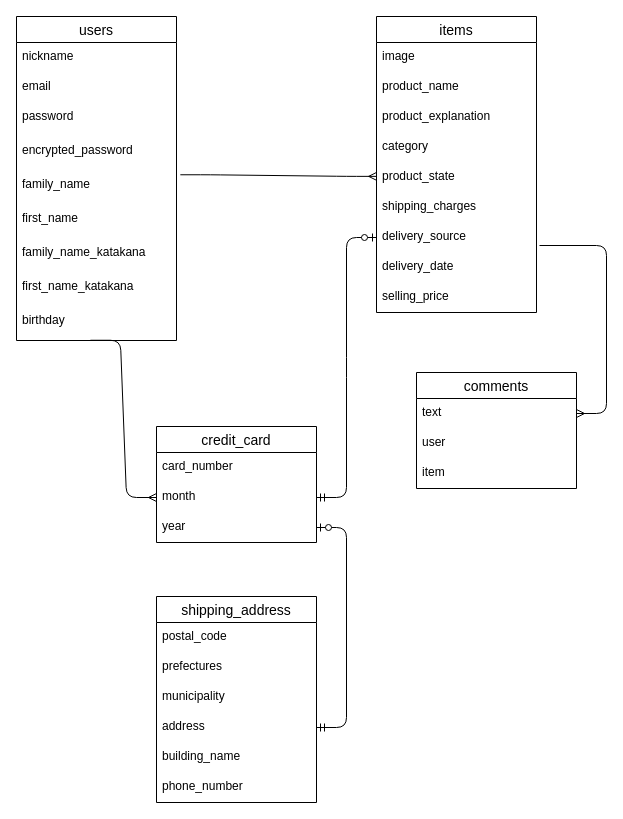
Before: test.dio in kuniterukbo/furima-32573, a draw.io diagram. Source tidied: cells renumbered, new cells numbered last; positions are measured from the earlier drawing's top-left corner, leaving out a move shared by most shapes. Both pictures are drawn from the tidied source at 100%, with x=0, y=0 at pixel (16, 16).
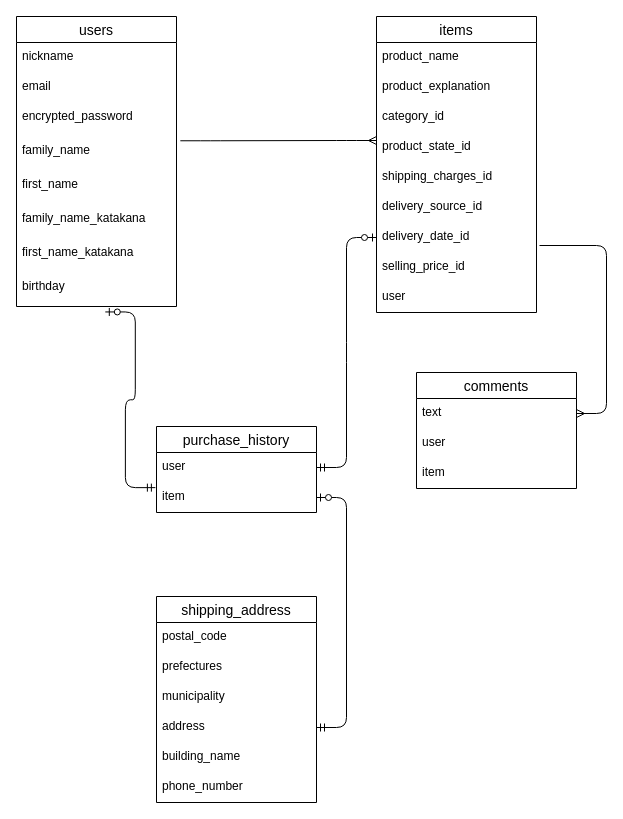
The same diagram, later.

The change refers to these unchanged cells:
```xml
<mxCell id="12" value="items" style="swimlane;fontStyle=0;horizontal=1;startSize=26;align=center;fontSize=14;" parent="1" vertex="1">
  <mxGeometry x="360" width="160" height="296" as="geometry" />
</mxCell>
<mxCell id="30" value="address" style="text;strokeColor=none;fillColor=none;spacingLeft=4;spacingRight=4;overflow=hidden;points=[[0,0.5],[1,0.5]];portConstraint=eastwest;fontSize=12;" parent="26" vertex="1">
  <mxGeometry y="116" width="160" height="30" as="geometry" />
</mxCell>
```

What changed in the source:
```diff
@@
     <mxCell id="2" value="users" style="swimlane;fontStyle=0;horizontal=1;startSize=26;align=center;fontSize=14;" parent="1" vertex="1">
-      <mxGeometry width="160" height="324" as="geometry" />
+      <mxGeometry width="160" height="290" as="geometry" />
     </mxCell>
@@
-    <mxCell id="5" value="password " style="text;strokeColor=none;fillColor=none;spacingLeft=4;spacingRight=4;overflow=hidden;fontSize=12;" parent="2" vertex="1">
-      <mxGeometry y="86" width="160" height="34" as="geometry" />
-    </mxCell>
     <mxCell id="6" value="encrypted_password" style="text;strokeColor=none;fillColor=none;spacingLeft=4;spacingRight=4;overflow=hidden;fontSize=12;" parent="2" vertex="1">
-      <mxGeometry y="120" width="160" height="34" as="geometry" />
+      <mxGeometry y="86" width="160" height="34" as="geometry" />
     </mxCell>
     <mxCell id="7" value="family_name " style="text;strokeColor=none;fillColor=none;spacingLeft=4;spacingRight=4;overflow=hidden;points=[[0,0.5],[1,0.5]];portConstraint=eastwest;fontSize=12;" parent="2" vertex="1">
-      <mxGeometry y="154" width="160" height="34" as="geometry" />
+      <mxGeometry y="120" width="160" height="34" as="geometry" />
     </mxCell>
     <mxCell id="8" value="first_name" style="text;strokeColor=none;fillColor=none;spacingLeft=4;spacingRight=4;overflow=hidden;fontSize=12;" parent="2" vertex="1">
-      <mxGeometry y="188" width="160" height="34" as="geometry" />
+      <mxGeometry y="154" width="160" height="34" as="geometry" />
     </mxCell>
     <mxCell id="9" value="family_name_katakana" style="text;strokeColor=none;fillColor=none;spacingLeft=4;spacingRight=4;overflow=hidden;fontSize=12;" parent="2" vertex="1">
-      <mxGeometry y="222" width="160" height="34" as="geometry" />
+      <mxGeometry y="188" width="160" height="34" as="geometry" />
     </mxCell>
     <mxCell id="10" value="first_name_katakana" style="text;strokeColor=none;fillColor=none;spacingLeft=4;spacingRight=4;overflow=hidden;fontSize=12;" parent="2" vertex="1">
-      <mxGeometry y="256" width="160" height="34" as="geometry" />
+      <mxGeometry y="222" width="160" height="34" as="geometry" />
     </mxCell>
     <mxCell id="11" value="birthday" style="text;strokeColor=none;fillColor=none;spacingLeft=4;spacingRight=4;overflow=hidden;points=[[0,0.5],[1,0.5]];portConstraint=eastwest;fontSize=12;" parent="2" vertex="1">
-      <mxGeometry y="290" width="160" height="34" as="geometry" />
+      <mxGeometry y="256" width="160" height="34" as="geometry" />
     </mxCell>
@@
-    <mxCell id="13" value="image" style="text;strokeColor=none;fillColor=none;spacingLeft=4;spacingRight=4;overflow=hidden;fontSize=12;" parent="12" vertex="1">
-      <mxGeometry y="26" width="160" height="30" as="geometry" />
-    </mxCell>
     <mxCell id="14" value="product_name" style="text;strokeColor=none;fillColor=none;spacingLeft=4;spacingRight=4;overflow=hidden;fontSize=12;" parent="12" vertex="1">
-      <mxGeometry y="56" width="160" height="30" as="geometry" />
+      <mxGeometry y="26" width="160" height="30" as="geometry" />
     </mxCell>
     <mxCell id="15" value="product_explanation" style="text;strokeColor=none;fillColor=none;spacingLeft=4;spacingRight=4;overflow=hidden;fontSize=12;" parent="12" vertex="1">
-      <mxGeometry y="86" width="160" height="30" as="geometry" />
+      <mxGeometry y="56" width="160" height="30" as="geometry" />
     </mxCell>
-    <mxCell id="16" value="category" style="text;strokeColor=none;fillColor=none;spacingLeft=4;spacingRight=4;overflow=hidden;fontSize=12;" parent="12" vertex="1">
-      <mxGeometry y="116" width="160" height="30" as="geometry" />
+    <mxCell id="16" value="category_id" style="text;strokeColor=none;fillColor=none;spacingLeft=4;spacingRight=4;overflow=hidden;fontSize=12;" parent="12" vertex="1">
+      <mxGeometry y="86" width="160" height="30" as="geometry" />
     </mxCell>
-    <mxCell id="17" value="product_state" style="text;strokeColor=none;fillColor=none;spacingLeft=4;spacingRight=4;overflow=hidden;points=[[0,0.5],[1,0.5]];portConstraint=eastwest;fontSize=12;" parent="12" vertex="1">
-      <mxGeometry y="146" width="160" height="30" as="geometry" />
+    <mxCell id="17" value="product_state_id" style="text;strokeColor=none;fillColor=none;spacingLeft=4;spacingRight=4;overflow=hidden;points=[[0,0.5],[1,0.5]];portConstraint=eastwest;fontSize=12;" parent="12" vertex="1">
+      <mxGeometry y="116" width="160" height="30" as="geometry" />
     </mxCell>
-    <mxCell id="18" value="shipping_charges" style="text;strokeColor=none;fillColor=none;spacingLeft=4;spacingRight=4;overflow=hidden;fontSize=12;" parent="12" vertex="1">
-      <mxGeometry y="176" width="160" height="30" as="geometry" />
+    <mxCell id="18" value="shipping_charges_id" style="text;strokeColor=none;fillColor=none;spacingLeft=4;spacingRight=4;overflow=hidden;fontSize=12;" parent="12" vertex="1">
+      <mxGeometry y="146" width="160" height="30" as="geometry" />
     </mxCell>
-    <mxCell id="19" value="delivery_source" style="text;strokeColor=none;fillColor=none;spacingLeft=4;spacingRight=4;overflow=hidden;fontSize=12;" parent="12" vertex="1">
-      <mxGeometry y="206" width="160" height="30" as="geometry" />
+    <mxCell id="19" value="delivery_source_id" style="text;strokeColor=none;fillColor=none;spacingLeft=4;spacingRight=4;overflow=hidden;fontSize=12;" parent="12" vertex="1">
+      <mxGeometry y="176" width="160" height="30" as="geometry" />
     </mxCell>
-    <mxCell id="20" value="delivery_date" style="text;strokeColor=none;fillColor=none;spacingLeft=4;spacingRight=4;overflow=hidden;fontSize=12;" parent="12" vertex="1">
-      <mxGeometry y="236" width="160" height="30" as="geometry" />
+    <mxCell id="20" value="delivery_date_id" style="text;strokeColor=none;fillColor=none;spacingLeft=4;spacingRight=4;overflow=hidden;fontSize=12;" parent="12" vertex="1">
+      <mxGeometry y="206" width="160" height="30" as="geometry" />
     </mxCell>
-    <mxCell id="21" value="selling_price" style="text;strokeColor=none;fillColor=none;spacingLeft=4;spacingRight=4;overflow=hidden;fontSize=12;" parent="12" vertex="1">
-      <mxGeometry y="266" width="160" height="30" as="geometry" />
+    <mxCell id="21" value="selling_price_id" style="text;strokeColor=none;fillColor=none;spacingLeft=4;spacingRight=4;overflow=hidden;fontSize=12;" parent="12" vertex="1">
+      <mxGeometry y="236" width="160" height="30" as="geometry" />
     </mxCell>
+    <mxCell id="42" value="user" style="text;strokeColor=none;fillColor=none;spacingLeft=4;spacingRight=4;overflow=hidden;fontSize=12;" parent="12" vertex="1">
+      <mxGeometry y="266" width="160" height="30" as="geometry" />
+    </mxCell>
-    <mxCell id="22" value="credit_card" style="swimlane;fontStyle=0;horizontal=1;startSize=26;align=center;fontSize=14;" parent="1" vertex="1">
-      <mxGeometry x="140" y="410" width="160" height="116" as="geometry" />
+    <mxCell id="22" value="purchase_history" style="swimlane;fontStyle=0;horizontal=1;startSize=26;align=center;fontSize=14;" parent="1" vertex="1">
+      <mxGeometry x="140" y="410" width="160" height="86" as="geometry" />
     </mxCell>
-    <mxCell id="23" value="card_number" style="text;strokeColor=none;fillColor=none;spacingLeft=4;spacingRight=4;overflow=hidden;points=[[0,0.5],[1,0.5]];portConstraint=eastwest;fontSize=12;" parent="22" vertex="1">
+    <mxCell id="23" value="user" style="text;strokeColor=none;fillColor=none;spacingLeft=4;spacingRight=4;overflow=hidden;points=[[0,0.5],[1,0.5]];portConstraint=eastwest;fontSize=12;" parent="22" vertex="1">
       <mxGeometry y="26" width="160" height="30" as="geometry" />
     </mxCell>
-    <mxCell id="24" value="month" style="text;strokeColor=none;fillColor=none;spacingLeft=4;spacingRight=4;overflow=hidden;points=[[0,0.5],[1,0.5]];portConstraint=eastwest;fontSize=12;" parent="22" vertex="1">
+    <mxCell id="24" value="item" style="text;strokeColor=none;fillColor=none;spacingLeft=4;spacingRight=4;overflow=hidden;points=[[0,0.5],[1,0.5]];portConstraint=eastwest;fontSize=12;" parent="22" vertex="1">
       <mxGeometry y="56" width="160" height="30" as="geometry" />
     </mxCell>
-    <mxCell id="25" value="year" style="text;strokeColor=none;fillColor=none;spacingLeft=4;spacingRight=4;overflow=hidden;points=[[0,0.5],[1,0.5]];portConstraint=eastwest;fontSize=12;" parent="22" vertex="1">
-      <mxGeometry y="86" width="160" height="30" as="geometry" />
-    </mxCell>
@@
-    <mxCell id="33" style="edgeStyle=entityRelationEdgeStyle;fontSize=12;html=1;endArrow=ERmany;exitX=1.024;exitY=0.126;exitDx=0;exitDy=0;exitPerimeter=0;entryX=0.001;entryY=0.462;entryDx=0;entryDy=0;entryPerimeter=0;" parent="1" edge="1" source="7" target="17">
-      <mxGeometry relative="1" as="geometry" />
+    <mxCell id="33" style="edgeStyle=entityRelationEdgeStyle;fontSize=12;html=1;endArrow=ERmany;exitX=1.024;exitY=0.126;exitDx=0;exitDy=0;exitPerimeter=0;" parent="1" edge="1" source="7">
+      <mxGeometry relative="1" as="geometry">
+        <mxPoint x="360" y="124" as="targetPoint" />
+      </mxGeometry>
     </mxCell>
-    <mxCell id="34" style="edgeStyle=entityRelationEdgeStyle;fontSize=12;html=1;endArrow=ERmany;entryX=0;entryY=0.5;entryDx=0;entryDy=0;exitX=0.462;exitY=0.993;exitDx=0;exitDy=0;exitPerimeter=0;" parent="1" edge="1" source="11" target="24">
-      <mxGeometry relative="1" as="geometry" />
-    </mxCell>
-    <mxCell id="35" style="edgeStyle=entityRelationEdgeStyle;fontSize=12;html=1;endArrow=ERzeroToOne;startArrow=ERmandOne;exitX=1;exitY=0.5;exitDx=0;exitDy=0;" parent="1" edge="1" source="24">
+    <mxCell id="35" style="edgeStyle=entityRelationEdgeStyle;fontSize=12;html=1;endArrow=ERzeroToOne;startArrow=ERmandOne;exitX=1;exitY=0.5;exitDx=0;exitDy=0;" parent="1" edge="1" source="23">
       <mxGeometry relative="1" as="geometry">
         <mxPoint x="360" y="221" as="targetPoint" />
       </mxGeometry>
     </mxCell>
-    <mxCell id="36" style="edgeStyle=entityRelationEdgeStyle;fontSize=12;html=1;endArrow=ERzeroToOne;startArrow=ERmandOne;entryX=1;entryY=0.5;entryDx=0;entryDy=0;exitX=1;exitY=0.5;exitDx=0;exitDy=0;" parent="1" edge="1" source="30" target="25">
+    <mxCell id="36" style="edgeStyle=entityRelationEdgeStyle;fontSize=12;html=1;endArrow=ERzeroToOne;startArrow=ERmandOne;exitX=1;exitY=0.5;exitDx=0;exitDy=0;entryX=1;entryY=0.5;entryDx=0;entryDy=0;" parent="1" edge="1" source="30" target="24">
       <mxGeometry relative="1" as="geometry" />
     </mxCell>
@@
+    <mxCell id="43" style="edgeStyle=entityRelationEdgeStyle;fontSize=12;html=1;endArrow=ERzeroToOne;startArrow=ERmandOne;entryX=0.555;entryY=1.16;entryDx=0;entryDy=0;entryPerimeter=0;exitX=-0.007;exitY=0.171;exitDx=0;exitDy=0;exitPerimeter=0;" parent="1" edge="1" source="24" target="11">
+      <mxGeometry relative="1" as="geometry" />
+    </mxCell>
```
